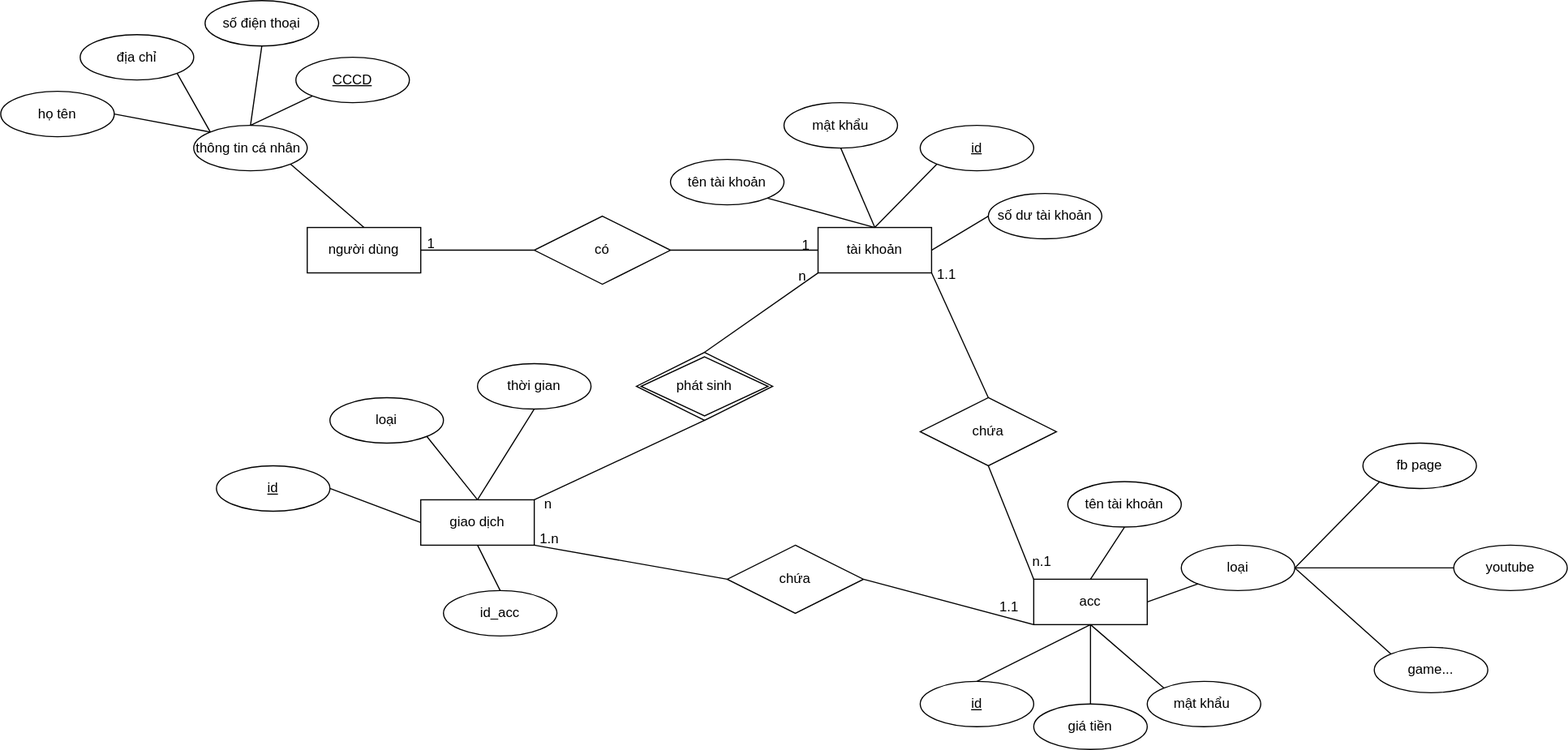
This is erdprj.drawio.svg from langkhach612/account_store, a draw.io export, as it was before one commit. Source tidied: cells renumbered, new cells last; positions are measured from the earlier drawing's top-left corner, leaving out a move shared by most shapes.
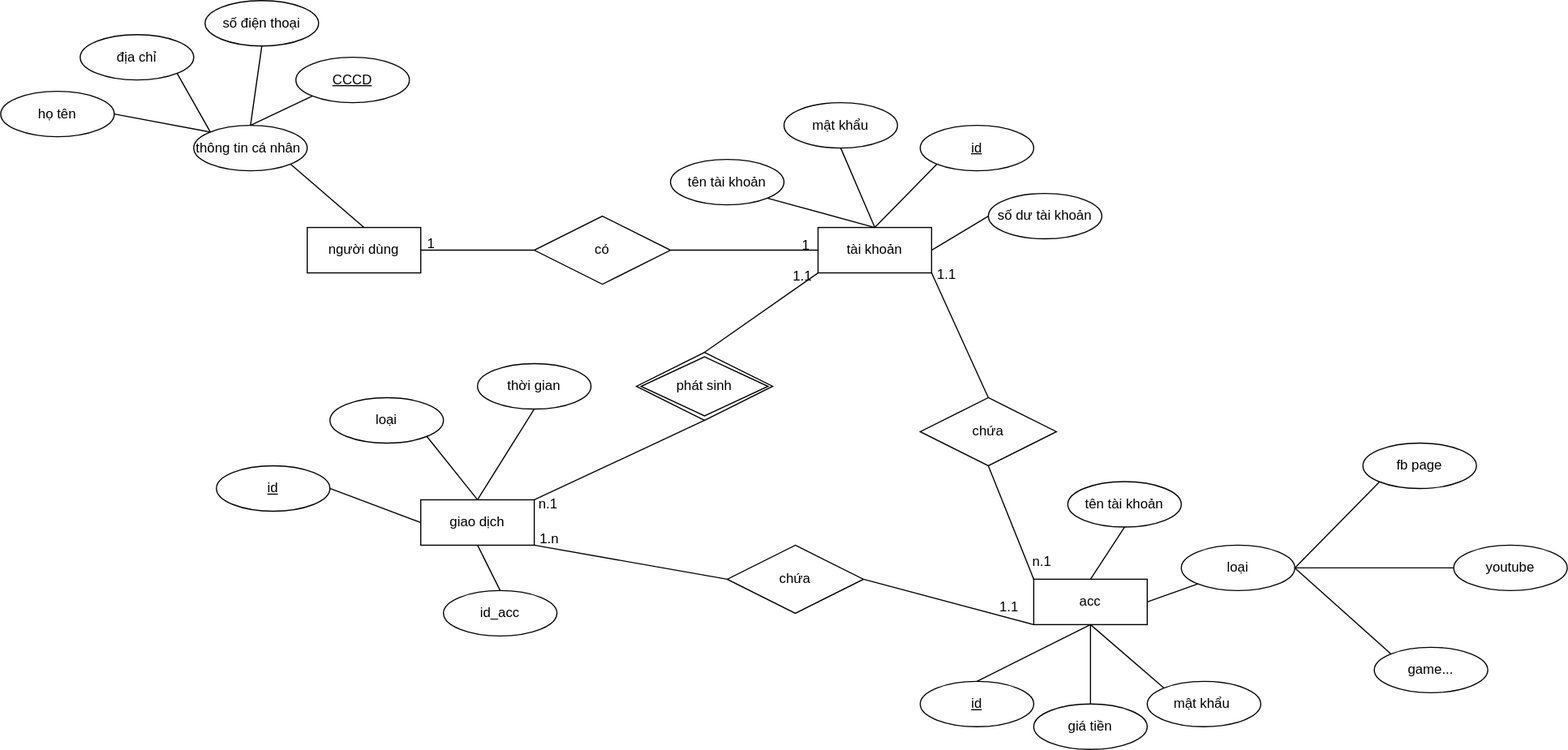
The same file after the commit.

Change to the diagram source:
```diff
@@ -173,11 +173,11 @@
     <mxCell id="58" style="endArrow=none;html=1;rounded=0;exitX=1;exitY=0;exitDx=0;exitDy=0;entryX=0.5;entryY=1;entryDx=0;entryDy=0;" parent="1" edge="1" source="22" target="56">
       <mxGeometry relative="1" as="geometry" />
     </mxCell>
-    <mxCell id="59" value="n" style="text;html=1;align=center;verticalAlign=middle;strokeColor=none;fillColor=none;" parent="1" vertex="1">
-      <mxGeometry x="691" y="228" width="30" height="30" as="geometry" />
+    <mxCell id="59" value="1.1" style="text;html=1;align=center;verticalAlign=middle;strokeColor=none;fillColor=none;" parent="1" vertex="1">
+      <mxGeometry x="686" y="228" width="40" height="30" as="geometry" />
     </mxCell>
-    <mxCell id="60" value="n" style="text;html=1;align=center;verticalAlign=middle;strokeColor=none;fillColor=none;" parent="1" vertex="1">
-      <mxGeometry x="467" y="429" width="30" height="30" as="geometry" />
+    <mxCell id="60" value="n.1" style="text;html=1;align=center;verticalAlign=middle;strokeColor=none;fillColor=none;" parent="1" vertex="1">
+      <mxGeometry x="462" y="429" width="40" height="30" as="geometry" />
     </mxCell>
     <mxCell id="61" value="chứa" style="shape=rhombus;perimeter=rhombusPerimeter;whiteSpace=wrap;html=1;align=center;" parent="1" vertex="1">
       <mxGeometry x="640" y="480" width="120" height="60" as="geometry" />
```
